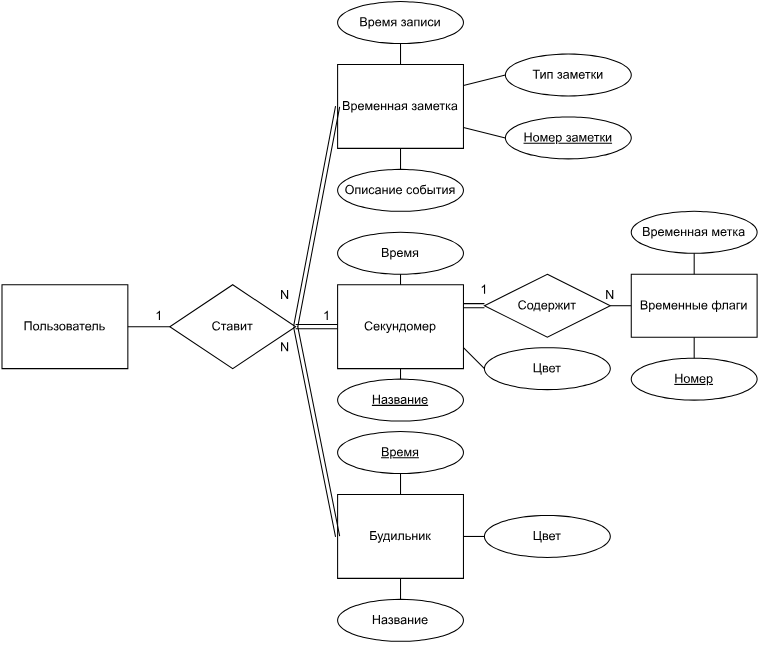
Above: Изображения/Лаба-ER-диаграмма предметной области.svg in izen57/Web (draw.io), before the change. Source tidied: cells renumbered, new cells last; positions are measured from the earlier drawing's top-left corner, leaving out a move shared by most shapes. Source of this version:
```xml
<mxGraphModel>
  <root>
    <mxCell id="0" />
    <mxCell id="1" parent="0" />
    <mxCell id="2" value="Будильник" style="rounded=0;whiteSpace=wrap;html=1;" parent="1" vertex="1">
      <mxGeometry x="320" y="470" width="120" height="80" as="geometry" />
    </mxCell>
    <mxCell id="3" value="Пользователь" style="rounded=0;whiteSpace=wrap;html=1;" parent="1" vertex="1">
      <mxGeometry y="270" width="120" height="80" as="geometry" />
    </mxCell>
    <mxCell id="4" value="Ставит" style="rhombus;whiteSpace=wrap;html=1;" parent="1" vertex="1">
      <mxGeometry x="160" y="270" width="120" height="80" as="geometry" />
    </mxCell>
    <mxCell id="5" value="N" style="text;html=1;strokeColor=none;fillColor=none;align=center;verticalAlign=middle;whiteSpace=wrap;rounded=0;" parent="1" vertex="1">
      <mxGeometry x="250" y="320" width="40" height="20" as="geometry" />
    </mxCell>
    <mxCell id="6" style="endArrow=none;html=1;rounded=0;exitX=1;exitY=0.5;exitDx=0;exitDy=0;entryX=0;entryY=0.5;entryDx=0;entryDy=0;" parent="1" edge="1" source="3" target="4">
      <mxGeometry relative="1" as="geometry" />
    </mxCell>
    <mxCell id="7" value="Временная заметка" style="rounded=0;whiteSpace=wrap;html=1;" parent="1" vertex="1">
      <mxGeometry x="320" y="60" width="120" height="80" as="geometry" />
    </mxCell>
    <mxCell id="8" style="endArrow=none;html=1;rounded=0;shape=link;entryX=0;entryY=0.5;entryDx=0;entryDy=0;exitX=1;exitY=0.5;exitDx=0;exitDy=0;" parent="1" edge="1" source="4" target="2">
      <mxGeometry relative="1" as="geometry" />
    </mxCell>
    <mxCell id="9" value="1" style="text;html=1;strokeColor=none;fillColor=none;align=center;verticalAlign=middle;whiteSpace=wrap;rounded=0;" parent="1" vertex="1">
      <mxGeometry x="130" y="290" width="40" height="20" as="geometry" />
    </mxCell>
    <mxCell id="10" value="Время" style="ellipse;whiteSpace=wrap;html=1;fontStyle=4;" parent="1" vertex="1">
      <mxGeometry x="320" y="410" width="120" height="40" as="geometry" />
    </mxCell>
    <mxCell id="11" value="Цвет" style="ellipse;whiteSpace=wrap;html=1;" parent="1" vertex="1">
      <mxGeometry x="460" y="490" width="120" height="40" as="geometry" />
    </mxCell>
    <mxCell id="12" value="Название" style="ellipse;whiteSpace=wrap;html=1;" parent="1" vertex="1">
      <mxGeometry x="320" y="570" width="120" height="40" as="geometry" />
    </mxCell>
    <mxCell id="13" style="endArrow=none;html=1;rounded=0;entryX=0.5;entryY=1;entryDx=0;entryDy=0;exitX=0.5;exitY=0;exitDx=0;exitDy=0;" parent="1" edge="1" source="2" target="10">
      <mxGeometry relative="1" as="geometry" />
    </mxCell>
    <mxCell id="14" style="endArrow=none;html=1;rounded=0;entryX=0;entryY=0.5;entryDx=0;entryDy=0;exitX=1;exitY=0.5;exitDx=0;exitDy=0;" parent="1" edge="1" source="2" target="11">
      <mxGeometry relative="1" as="geometry" />
    </mxCell>
    <mxCell id="15" style="endArrow=none;html=1;rounded=0;entryX=0.5;entryY=0;entryDx=0;entryDy=0;exitX=0.5;exitY=1;exitDx=0;exitDy=0;" parent="1" edge="1" source="2" target="12">
      <mxGeometry relative="1" as="geometry" />
    </mxCell>
    <mxCell id="16" value="Секундомер" style="rounded=0;whiteSpace=wrap;html=1;" parent="1" vertex="1">
      <mxGeometry x="320" y="270" width="120" height="80" as="geometry" />
    </mxCell>
    <mxCell id="17" value="Время" style="ellipse;whiteSpace=wrap;html=1;fontStyle=0;" parent="1" vertex="1">
      <mxGeometry x="320" y="220" width="120" height="40" as="geometry" />
    </mxCell>
    <mxCell id="18" value="Цвет" style="ellipse;whiteSpace=wrap;html=1;" parent="1" vertex="1">
      <mxGeometry x="460" y="330" width="120" height="40" as="geometry" />
    </mxCell>
    <mxCell id="19" value="Название" style="ellipse;whiteSpace=wrap;html=1;fontStyle=4;" parent="1" vertex="1">
      <mxGeometry x="320" y="360" width="120" height="40" as="geometry" />
    </mxCell>
    <mxCell id="20" style="endArrow=none;html=1;rounded=0;entryX=0.5;entryY=1;entryDx=0;entryDy=0;exitX=0.5;exitY=0;exitDx=0;exitDy=0;" parent="1" edge="1" source="16" target="17">
      <mxGeometry relative="1" as="geometry" />
    </mxCell>
    <mxCell id="21" style="endArrow=none;html=1;rounded=0;entryX=0.5;entryY=0;entryDx=0;entryDy=0;exitX=0.5;exitY=1;exitDx=0;exitDy=0;" parent="1" edge="1" source="16" target="19">
      <mxGeometry relative="1" as="geometry" />
    </mxCell>
    <mxCell id="22" style="endArrow=none;html=1;rounded=0;entryX=0;entryY=0.5;entryDx=0;entryDy=0;shape=link;" parent="1" edge="1" target="16">
      <mxGeometry relative="1" as="geometry">
        <mxPoint x="280" y="310" as="sourcePoint" />
      </mxGeometry>
    </mxCell>
    <mxCell id="23" style="endArrow=none;html=1;rounded=0;entryX=0;entryY=0.5;entryDx=0;entryDy=0;exitX=1;exitY=0.75;exitDx=0;exitDy=0;" parent="1" edge="1" source="16" target="18">
      <mxGeometry relative="1" as="geometry" />
    </mxCell>
    <mxCell id="24" style="endArrow=none;html=1;rounded=0;entryX=0;entryY=0.5;entryDx=0;entryDy=0;exitX=1;exitY=0.25;exitDx=0;exitDy=0;shape=link;" parent="1" edge="1" source="16" target="34">
      <mxGeometry relative="1" as="geometry" />
    </mxCell>
    <mxCell id="25" value="1" style="text;html=1;strokeColor=none;fillColor=none;align=center;verticalAlign=middle;whiteSpace=wrap;rounded=0;" parent="1" vertex="1">
      <mxGeometry x="290" y="290" width="40" height="20" as="geometry" />
    </mxCell>
    <mxCell id="26" style="endArrow=none;html=1;rounded=0;entryX=0.5;entryY=0;entryDx=0;entryDy=0;" parent="1" edge="1" target="7">
      <mxGeometry relative="1" as="geometry">
        <mxPoint x="380" y="40" as="sourcePoint" />
      </mxGeometry>
    </mxCell>
    <mxCell id="27" value="Время записи" style="ellipse;whiteSpace=wrap;html=1;fontStyle=0;" parent="1" vertex="1">
      <mxGeometry x="320" width="120" height="40" as="geometry" />
    </mxCell>
    <mxCell id="28" style="endArrow=none;html=1;rounded=0;entryX=0.5;entryY=1;entryDx=0;entryDy=0;exitX=0.5;exitY=0;exitDx=0;exitDy=0;" parent="1" edge="1" source="29" target="7">
      <mxGeometry relative="1" as="geometry" />
    </mxCell>
    <mxCell id="29" value="Описание события" style="ellipse;whiteSpace=wrap;html=1;fontStyle=0;" parent="1" vertex="1">
      <mxGeometry x="320" y="160" width="120" height="40" as="geometry" />
    </mxCell>
    <mxCell id="30" style="endArrow=none;html=1;rounded=0;entryX=0;entryY=0.5;entryDx=0;entryDy=0;exitX=1;exitY=0.5;exitDx=0;exitDy=0;shape=link;" parent="1" edge="1" source="4" target="7">
      <mxGeometry relative="1" as="geometry" />
    </mxCell>
    <mxCell id="31" value="N" style="text;html=1;strokeColor=none;fillColor=none;align=center;verticalAlign=middle;whiteSpace=wrap;rounded=0;" parent="1" vertex="1">
      <mxGeometry x="250" y="270" width="40" height="20" as="geometry" />
    </mxCell>
    <mxCell id="32" value="Номер заметки" style="ellipse;whiteSpace=wrap;html=1;fontStyle=4;" parent="1" vertex="1">
      <mxGeometry x="480" y="110" width="120" height="40" as="geometry" />
    </mxCell>
    <mxCell id="33" style="endArrow=none;html=1;rounded=0;entryX=0;entryY=0.5;entryDx=0;entryDy=0;exitX=1;exitY=0.75;exitDx=0;exitDy=0;" parent="1" edge="1" source="7" target="32">
      <mxGeometry relative="1" as="geometry" />
    </mxCell>
    <mxCell id="34" value="Содержит" style="shape=rhombus;perimeter=rhombusPerimeter;whiteSpace=wrap;html=1;align=center;" parent="1" vertex="1">
      <mxGeometry x="460" y="260" width="120" height="60" as="geometry" />
    </mxCell>
    <mxCell id="35" style="endArrow=none;html=1;rounded=0;entryX=0;entryY=0.5;entryDx=0;entryDy=0;exitX=1;exitY=0.5;exitDx=0;exitDy=0;" parent="1" edge="1" source="34">
      <mxGeometry relative="1" as="geometry">
        <mxPoint x="600" y="290" as="targetPoint" />
      </mxGeometry>
    </mxCell>
    <mxCell id="36" value="N" style="text;html=1;strokeColor=none;fillColor=none;align=center;verticalAlign=middle;whiteSpace=wrap;rounded=0;" parent="1" vertex="1">
      <mxGeometry x="550" y="265" width="60" height="30" as="geometry" />
    </mxCell>
    <mxCell id="37" value="1" style="text;html=1;strokeColor=none;fillColor=none;align=center;verticalAlign=middle;whiteSpace=wrap;rounded=0;" parent="1" vertex="1">
      <mxGeometry x="430" y="260" width="60" height="30" as="geometry" />
    </mxCell>
    <mxCell id="38" value="Временные флаги" style="rounded=0;whiteSpace=wrap;html=1;" parent="1" vertex="1">
      <mxGeometry x="600" y="260" width="120" height="60" as="geometry" />
    </mxCell>
    <mxCell id="39" value="Временная метка" style="ellipse;whiteSpace=wrap;html=1;fontStyle=0;" parent="1" vertex="1">
      <mxGeometry x="600" y="200" width="120" height="40" as="geometry" />
    </mxCell>
    <mxCell id="40" style="endArrow=none;html=1;rounded=0;entryX=0.5;entryY=1;entryDx=0;entryDy=0;exitX=0.5;exitY=0;exitDx=0;exitDy=0;" parent="1" edge="1" source="38" target="39">
      <mxGeometry relative="1" as="geometry" />
    </mxCell>
    <mxCell id="41" value="&lt;u&gt;Номер&lt;/u&gt;" style="ellipse;whiteSpace=wrap;html=1;fontStyle=0;" parent="1" vertex="1">
      <mxGeometry x="600" y="340" width="120" height="40" as="geometry" />
    </mxCell>
    <mxCell id="42" style="endArrow=none;html=1;rounded=0;entryX=0.5;entryY=1;entryDx=0;entryDy=0;exitX=0.5;exitY=0;exitDx=0;exitDy=0;" parent="1" edge="1" source="41" target="38">
      <mxGeometry relative="1" as="geometry" />
    </mxCell>
    <mxCell id="43" value="Тип заметки" style="ellipse;whiteSpace=wrap;html=1;fontStyle=0;" parent="1" vertex="1">
      <mxGeometry x="480" y="50" width="120" height="40" as="geometry" />
    </mxCell>
    <mxCell id="44" style="endArrow=none;html=1;rounded=0;entryX=0;entryY=0.5;entryDx=0;entryDy=0;exitX=1;exitY=0.25;exitDx=0;exitDy=0;" parent="1" edge="1" source="7" target="43">
      <mxGeometry relative="1" as="geometry" />
    </mxCell>
  </root>
</mxGraphModel>
```
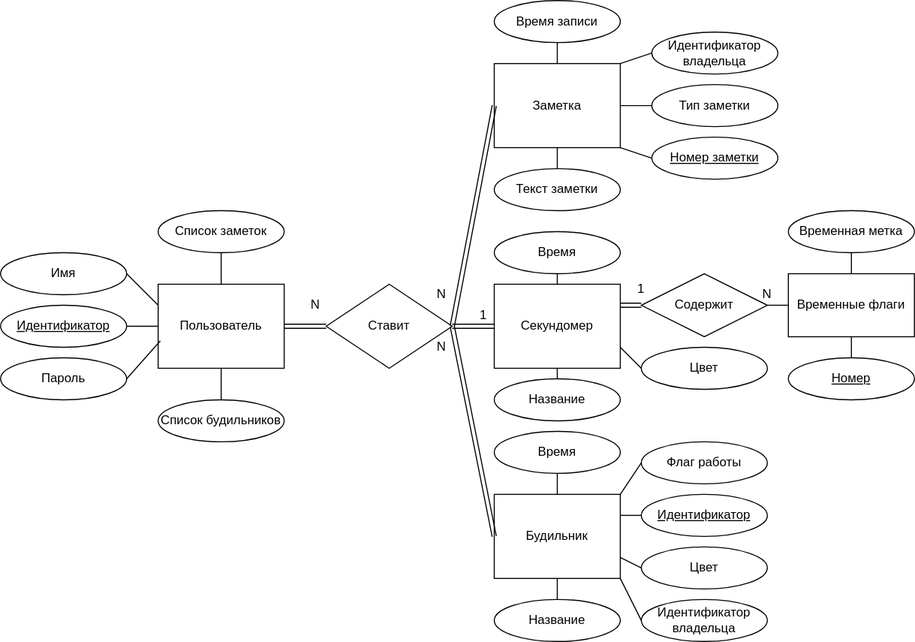
The same diagram one commit later.

What changed in the source:
```diff
@@ -14,23 +14,23 @@
     <mxCell id="5" value="N" style="text;html=1;strokeColor=none;fillColor=none;align=center;verticalAlign=middle;whiteSpace=wrap;rounded=0;" parent="1" vertex="1">
       <mxGeometry x="250" y="320" width="40" height="20" as="geometry" />
     </mxCell>
-    <mxCell id="6" style="endArrow=none;html=1;rounded=0;exitX=1;exitY=0.5;exitDx=0;exitDy=0;entryX=0;entryY=0.5;entryDx=0;entryDy=0;" parent="1" edge="1" source="3" target="4">
+    <mxCell id="6" style="endArrow=none;html=1;rounded=0;exitX=1;exitY=0.5;exitDx=0;exitDy=0;entryX=0;entryY=0.5;entryDx=0;entryDy=0;strokeColor=default;shape=link;" parent="1" edge="1" source="3" target="4">
       <mxGeometry relative="1" as="geometry" />
     </mxCell>
-    <mxCell id="7" value="Временная заметка" style="rounded=0;whiteSpace=wrap;html=1;" parent="1" vertex="1">
+    <mxCell id="7" value="Заметка" style="rounded=0;whiteSpace=wrap;html=1;" parent="1" vertex="1">
       <mxGeometry x="320" y="60" width="120" height="80" as="geometry" />
     </mxCell>
     <mxCell id="8" style="endArrow=none;html=1;rounded=0;shape=link;entryX=0;entryY=0.5;entryDx=0;entryDy=0;exitX=1;exitY=0.5;exitDx=0;exitDy=0;" parent="1" edge="1" source="4" target="2">
       <mxGeometry relative="1" as="geometry" />
     </mxCell>
-    <mxCell id="9" value="1" style="text;html=1;strokeColor=none;fillColor=none;align=center;verticalAlign=middle;whiteSpace=wrap;rounded=0;" parent="1" vertex="1">
-      <mxGeometry x="130" y="290" width="40" height="20" as="geometry" />
+    <mxCell id="9" value="N" style="text;html=1;strokeColor=none;fillColor=none;align=center;verticalAlign=middle;whiteSpace=wrap;rounded=0;" parent="1" vertex="1">
+      <mxGeometry x="130" y="280" width="40" height="20" as="geometry" />
     </mxCell>
-    <mxCell id="10" value="Время" style="ellipse;whiteSpace=wrap;html=1;fontStyle=4;" parent="1" vertex="1">
+    <mxCell id="10" value="Время" style="ellipse;whiteSpace=wrap;html=1;fontStyle=0;" parent="1" vertex="1">
       <mxGeometry x="320" y="410" width="120" height="40" as="geometry" />
     </mxCell>
     <mxCell id="11" value="Цвет" style="ellipse;whiteSpace=wrap;html=1;" parent="1" vertex="1">
-      <mxGeometry x="460" y="490" width="120" height="40" as="geometry" />
+      <mxGeometry x="460" y="520" width="120" height="40" as="geometry" />
     </mxCell>
     <mxCell id="12" value="Название" style="ellipse;whiteSpace=wrap;html=1;" parent="1" vertex="1">
       <mxGeometry x="320" y="570" width="120" height="40" as="geometry" />
@@ -38,7 +38,7 @@
     <mxCell id="13" style="endArrow=none;html=1;rounded=0;entryX=0.5;entryY=1;entryDx=0;entryDy=0;exitX=0.5;exitY=0;exitDx=0;exitDy=0;" parent="1" edge="1" source="2" target="10">
       <mxGeometry relative="1" as="geometry" />
     </mxCell>
-    <mxCell id="14" style="endArrow=none;html=1;rounded=0;entryX=0;entryY=0.5;entryDx=0;entryDy=0;exitX=1;exitY=0.5;exitDx=0;exitDy=0;" parent="1" edge="1" source="2" target="11">
+    <mxCell id="14" style="endArrow=none;html=1;rounded=0;entryX=0;entryY=0.5;entryDx=0;entryDy=0;exitX=1;exitY=0.75;exitDx=0;exitDy=0;" parent="1" edge="1" source="2" target="11">
       <mxGeometry relative="1" as="geometry" />
     </mxCell>
     <mxCell id="15" style="endArrow=none;html=1;rounded=0;entryX=0.5;entryY=0;entryDx=0;entryDy=0;exitX=0.5;exitY=1;exitDx=0;exitDy=0;" parent="1" edge="1" source="2" target="12">
@@ -53,7 +53,7 @@
     <mxCell id="18" value="Цвет" style="ellipse;whiteSpace=wrap;html=1;" parent="1" vertex="1">
       <mxGeometry x="460" y="330" width="120" height="40" as="geometry" />
     </mxCell>
-    <mxCell id="19" value="Название" style="ellipse;whiteSpace=wrap;html=1;fontStyle=4;" parent="1" vertex="1">
+    <mxCell id="19" value="Название" style="ellipse;whiteSpace=wrap;html=1;fontStyle=0;" parent="1" vertex="1">
       <mxGeometry x="320" y="360" width="120" height="40" as="geometry" />
     </mxCell>
     <mxCell id="20" style="endArrow=none;html=1;rounded=0;entryX=0.5;entryY=1;entryDx=0;entryDy=0;exitX=0.5;exitY=0;exitDx=0;exitDy=0;" parent="1" edge="1" source="16" target="17">
@@ -87,7 +87,7 @@
     <mxCell id="28" style="endArrow=none;html=1;rounded=0;entryX=0.5;entryY=1;entryDx=0;entryDy=0;exitX=0.5;exitY=0;exitDx=0;exitDy=0;" parent="1" edge="1" source="29" target="7">
       <mxGeometry relative="1" as="geometry" />
     </mxCell>
-    <mxCell id="29" value="Описание события" style="ellipse;whiteSpace=wrap;html=1;fontStyle=0;" parent="1" vertex="1">
+    <mxCell id="29" value="Текст заметки" style="ellipse;whiteSpace=wrap;html=1;fontStyle=0;" parent="1" vertex="1">
       <mxGeometry x="320" y="160" width="120" height="40" as="geometry" />
     </mxCell>
     <mxCell id="30" style="endArrow=none;html=1;rounded=0;entryX=0;entryY=0.5;entryDx=0;entryDy=0;exitX=1;exitY=0.5;exitDx=0;exitDy=0;shape=link;" parent="1" edge="1" source="4" target="7">
@@ -97,9 +97,9 @@
       <mxGeometry x="250" y="270" width="40" height="20" as="geometry" />
     </mxCell>
     <mxCell id="32" value="Номер заметки" style="ellipse;whiteSpace=wrap;html=1;fontStyle=4;" parent="1" vertex="1">
-      <mxGeometry x="480" y="110" width="120" height="40" as="geometry" />
+      <mxGeometry x="470" y="130" width="120" height="40" as="geometry" />
     </mxCell>
-    <mxCell id="33" style="endArrow=none;html=1;rounded=0;entryX=0;entryY=0.5;entryDx=0;entryDy=0;exitX=1;exitY=0.75;exitDx=0;exitDy=0;" parent="1" edge="1" source="7" target="32">
+    <mxCell id="33" style="endArrow=none;html=1;rounded=0;entryX=0;entryY=0.5;entryDx=0;entryDy=0;exitX=1;exitY=1;exitDx=0;exitDy=0;" parent="1" edge="1" source="7" target="32">
       <mxGeometry relative="1" as="geometry" />
     </mxCell>
     <mxCell id="34" value="Содержит" style="shape=rhombus;perimeter=rhombusPerimeter;whiteSpace=wrap;html=1;align=center;" parent="1" vertex="1">
@@ -132,10 +132,64 @@
       <mxGeometry relative="1" as="geometry" />
     </mxCell>
     <mxCell id="43" value="Тип заметки" style="ellipse;whiteSpace=wrap;html=1;fontStyle=0;" parent="1" vertex="1">
-      <mxGeometry x="480" y="50" width="120" height="40" as="geometry" />
+      <mxGeometry x="470" y="80" width="120" height="40" as="geometry" />
     </mxCell>
-    <mxCell id="44" style="endArrow=none;html=1;rounded=0;entryX=0;entryY=0.5;entryDx=0;entryDy=0;exitX=1;exitY=0.25;exitDx=0;exitDy=0;" parent="1" edge="1" source="7" target="43">
+    <mxCell id="44" style="endArrow=none;html=1;rounded=0;entryX=0;entryY=0.5;entryDx=0;entryDy=0;exitX=1;exitY=0.5;exitDx=0;exitDy=0;" parent="1" edge="1" source="7" target="43">
       <mxGeometry relative="1" as="geometry" />
     </mxCell>
+    <mxCell id="45" value="Идентификатор" style="ellipse;whiteSpace=wrap;html=1;fontStyle=4;" parent="1" vertex="1">
+      <mxGeometry x="-150" y="290" width="120" height="40" as="geometry" />
+    </mxCell>
+    <mxCell id="46" style="endArrow=none;html=1;rounded=0;entryX=1;entryY=0.5;entryDx=0;entryDy=0;exitX=0;exitY=0.5;exitDx=0;exitDy=0;" parent="1" edge="1" source="3" target="45">
+      <mxGeometry relative="1" as="geometry" />
+    </mxCell>
+    <mxCell id="47" value="Пароль" style="ellipse;whiteSpace=wrap;html=1;fontStyle=0;" parent="1" vertex="1">
+      <mxGeometry x="-150" y="340" width="120" height="40" as="geometry" />
+    </mxCell>
+    <mxCell id="48" style="endArrow=none;html=1;rounded=0;entryX=1;entryY=0.5;entryDx=0;entryDy=0;exitX=0.017;exitY=0.675;exitDx=0;exitDy=0;exitPerimeter=0;" parent="1" edge="1" source="3" target="47">
+      <mxGeometry relative="1" as="geometry" />
+    </mxCell>
+    <mxCell id="49" value="Имя" style="ellipse;whiteSpace=wrap;html=1;fontStyle=0;" parent="1" vertex="1">
+      <mxGeometry x="-150" y="240" width="120" height="40" as="geometry" />
+    </mxCell>
+    <mxCell id="50" style="endArrow=none;html=1;rounded=0;entryX=1;entryY=0.5;entryDx=0;entryDy=0;exitX=0;exitY=0.25;exitDx=0;exitDy=0;" parent="1" edge="1" source="3" target="49">
+      <mxGeometry relative="1" as="geometry" />
+    </mxCell>
+    <mxCell id="51" value="Идентификатор" style="ellipse;whiteSpace=wrap;html=1;fontStyle=4;" parent="1" vertex="1">
+      <mxGeometry x="460" y="470" width="120" height="40" as="geometry" />
+    </mxCell>
+    <mxCell id="52" style="endArrow=none;html=1;rounded=0;entryX=0;entryY=0.5;entryDx=0;entryDy=0;exitX=1;exitY=0.25;exitDx=0;exitDy=0;" parent="1" edge="1" source="2" target="51">
+      <mxGeometry relative="1" as="geometry" />
+    </mxCell>
+    <mxCell id="53" value="Идентификатор владельца" style="ellipse;whiteSpace=wrap;html=1;fontStyle=0;" parent="1" vertex="1">
+      <mxGeometry x="460" y="570" width="120" height="40" as="geometry" />
+    </mxCell>
+    <mxCell id="54" style="endArrow=none;html=1;rounded=0;entryX=0;entryY=0.5;entryDx=0;entryDy=0;exitX=1;exitY=1;exitDx=0;exitDy=0;" parent="1" edge="1" source="2" target="53">
+      <mxGeometry relative="1" as="geometry" />
+    </mxCell>
+    <mxCell id="55" value="Идентификатор владельца" style="ellipse;whiteSpace=wrap;html=1;fontStyle=0;" parent="1" vertex="1">
+      <mxGeometry x="470" y="30" width="120" height="40" as="geometry" />
+    </mxCell>
+    <mxCell id="56" style="endArrow=none;html=1;rounded=0;strokeColor=default;entryX=0;entryY=0.5;entryDx=0;entryDy=0;exitX=1;exitY=0;exitDx=0;exitDy=0;" parent="1" edge="1" source="7" target="55">
+      <mxGeometry relative="1" as="geometry" />
+    </mxCell>
+    <mxCell id="57" value="Флаг работы" style="ellipse;whiteSpace=wrap;html=1;fontStyle=0;" parent="1" vertex="1">
+      <mxGeometry x="460" y="420" width="120" height="40" as="geometry" />
+    </mxCell>
+    <mxCell id="58" style="endArrow=none;html=1;rounded=0;entryX=0;entryY=0.5;entryDx=0;entryDy=0;exitX=1;exitY=0;exitDx=0;exitDy=0;" parent="1" edge="1" source="2" target="57">
+      <mxGeometry relative="1" as="geometry" />
+    </mxCell>
+    <mxCell id="59" value="Список будильников" style="ellipse;whiteSpace=wrap;html=1;fontStyle=0;" parent="1" vertex="1">
+      <mxGeometry y="380" width="120" height="40" as="geometry" />
+    </mxCell>
+    <mxCell id="60" value="Список заметок" style="ellipse;whiteSpace=wrap;html=1;fontStyle=0;" parent="1" vertex="1">
+      <mxGeometry y="200" width="120" height="40" as="geometry" />
+    </mxCell>
+    <mxCell id="61" style="endArrow=none;html=1;rounded=0;strokeColor=default;entryX=0.5;entryY=1;entryDx=0;entryDy=0;exitX=0.5;exitY=0;exitDx=0;exitDy=0;" parent="1" edge="1" source="59" target="3">
+      <mxGeometry relative="1" as="geometry" />
+    </mxCell>
+    <mxCell id="62" style="endArrow=none;html=1;rounded=0;strokeColor=default;entryX=0.5;entryY=1;entryDx=0;entryDy=0;exitX=0.5;exitY=0;exitDx=0;exitDy=0;" parent="1" edge="1" source="3" target="60">
+      <mxGeometry relative="1" as="geometry" />
+    </mxCell>
   </root>
 </mxGraphModel>
```
